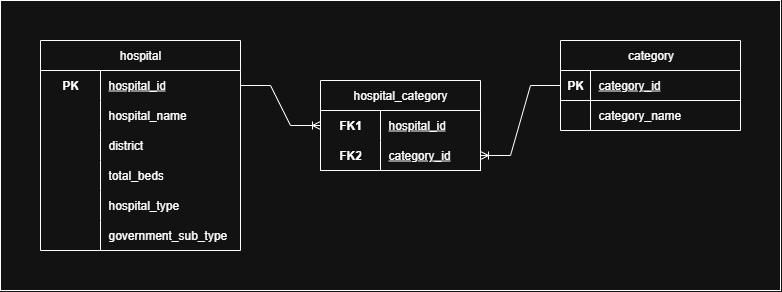
This is docs/images/database-schema-diagram.png from nikhil-dhumal/EquiHealth, a draw.io export, as it was before one commit. Source tidied: cells renumbered, new cells last; positions are measured from the earlier drawing's top-left corner, leaving out a move shared by most shapes. Source of this version:
```xml
<mxGraphModel>
  <root>
    <mxCell id="0" />
    <mxCell id="1" parent="0" />
    <mxCell id="2" style="rounded=0;whiteSpace=wrap;html=1;fillColor=default;" parent="1" vertex="1">
      <mxGeometry width="780" height="290" as="geometry" />
    </mxCell>
    <mxCell id="3" value="&lt;span style=&quot;font-weight: 400; text-wrap-mode: nowrap;&quot;&gt;hospital&lt;/span&gt;" style="shape=table;startSize=30;rowLines=0;fontStyle=1;align=center;html=1;whiteSpace=wrap;" parent="1" vertex="1">
      <mxGeometry x="40" y="40" width="200" height="210" as="geometry" />
    </mxCell>
    <mxCell id="4" style="shape=tableRow;horizontal=0;startSize=0;swimlaneHead=0;swimlaneBody=0;fillColor=none;points=[[0,0.5],[1,0.5]];portConstraint=eastwest;top=0;left=0;right=0;bottom=0;html=1;" parent="3" vertex="1">
      <mxGeometry y="30" width="200" height="30" as="geometry" />
    </mxCell>
    <mxCell id="5" value="PK" style="shape=partialRectangle;fillColor=none;top=0;left=0;bottom=0;right=0;fontStyle=1;overflow=hidden;html=1;whiteSpace=wrap;" parent="4" vertex="1">
      <mxGeometry width="60" height="30" as="geometry" />
    </mxCell>
    <mxCell id="6" value="&lt;span style=&quot;font-weight: 400;&quot;&gt;hospital_id&lt;/span&gt;" style="shape=partialRectangle;fillColor=none;top=0;left=0;bottom=0;right=0;align=left;spacingLeft=6;fontStyle=5;overflow=hidden;html=1;whiteSpace=wrap;" parent="4" vertex="1">
      <mxGeometry x="60" width="140" height="30" as="geometry" />
    </mxCell>
    <mxCell id="7" style="shape=tableRow;horizontal=0;startSize=0;swimlaneHead=0;swimlaneBody=0;fillColor=none;top=0;left=0;right=0;bottom=0;html=1;" parent="3" vertex="1">
      <mxGeometry y="60" width="200" height="30" as="geometry" />
    </mxCell>
    <mxCell id="8" style="shape=partialRectangle;fillColor=none;top=0;left=0;bottom=0;right=0;overflow=hidden;html=1;whiteSpace=wrap;" parent="7" vertex="1">
      <mxGeometry width="60" height="30" as="geometry" />
    </mxCell>
    <mxCell id="9" value="hospital_name" style="shape=partialRectangle;fillColor=none;top=0;left=0;bottom=0;right=0;align=left;spacingLeft=6;overflow=hidden;html=1;whiteSpace=wrap;" parent="7" vertex="1">
      <mxGeometry x="60" width="140" height="30" as="geometry" />
    </mxCell>
    <mxCell id="10" style="shape=tableRow;horizontal=0;startSize=0;swimlaneHead=0;swimlaneBody=0;fillColor=none;top=0;left=0;right=0;bottom=0;html=1;" parent="3" vertex="1">
      <mxGeometry y="90" width="200" height="30" as="geometry" />
    </mxCell>
    <mxCell id="11" style="shape=partialRectangle;fillColor=none;top=0;left=0;bottom=0;right=0;overflow=hidden;html=1;whiteSpace=wrap;" parent="10" vertex="1">
      <mxGeometry width="60" height="30" as="geometry" />
    </mxCell>
    <mxCell id="12" value="district" style="shape=partialRectangle;fillColor=none;top=0;left=0;bottom=0;right=0;align=left;spacingLeft=6;overflow=hidden;html=1;whiteSpace=wrap;" parent="10" vertex="1">
      <mxGeometry x="60" width="140" height="30" as="geometry" />
    </mxCell>
    <mxCell id="13" style="shape=tableRow;horizontal=0;startSize=0;swimlaneHead=0;swimlaneBody=0;fillColor=none;top=0;left=0;right=0;bottom=0;html=1;" parent="3" vertex="1">
      <mxGeometry y="120" width="200" height="30" as="geometry" />
    </mxCell>
    <mxCell id="14" style="shape=partialRectangle;fillColor=none;top=0;left=0;bottom=0;right=0;overflow=hidden;html=1;whiteSpace=wrap;" parent="13" vertex="1">
      <mxGeometry width="60" height="30" as="geometry" />
    </mxCell>
    <mxCell id="15" value="total_beds" style="shape=partialRectangle;fillColor=none;top=0;left=0;bottom=0;right=0;align=left;spacingLeft=6;overflow=hidden;html=1;whiteSpace=wrap;" parent="13" vertex="1">
      <mxGeometry x="60" width="140" height="30" as="geometry" />
    </mxCell>
    <mxCell id="16" style="shape=tableRow;horizontal=0;startSize=0;swimlaneHead=0;swimlaneBody=0;fillColor=none;top=0;left=0;right=0;bottom=0;html=1;" parent="3" vertex="1">
      <mxGeometry y="150" width="200" height="30" as="geometry" />
    </mxCell>
    <mxCell id="17" style="shape=partialRectangle;fillColor=none;top=0;left=0;bottom=0;right=0;overflow=hidden;html=1;whiteSpace=wrap;" parent="16" vertex="1">
      <mxGeometry width="60" height="30" as="geometry" />
    </mxCell>
    <mxCell id="18" value="hospital_type" style="shape=partialRectangle;fillColor=none;top=0;left=0;bottom=0;right=0;align=left;spacingLeft=6;overflow=hidden;html=1;whiteSpace=wrap;" parent="16" vertex="1">
      <mxGeometry x="60" width="140" height="30" as="geometry" />
    </mxCell>
    <mxCell id="19" style="shape=tableRow;horizontal=0;startSize=0;swimlaneHead=0;swimlaneBody=0;fillColor=none;top=0;left=0;right=0;bottom=0;html=1;" parent="3" vertex="1">
      <mxGeometry y="180" width="200" height="30" as="geometry" />
    </mxCell>
    <mxCell id="20" style="shape=partialRectangle;fillColor=none;top=0;left=0;bottom=0;right=0;overflow=hidden;html=1;whiteSpace=wrap;" parent="19" vertex="1">
      <mxGeometry width="60" height="30" as="geometry" />
    </mxCell>
    <mxCell id="21" value="government_sub_type" style="shape=partialRectangle;fillColor=none;top=0;left=0;bottom=0;right=0;align=left;spacingLeft=6;overflow=hidden;html=1;whiteSpace=wrap;" parent="19" vertex="1">
      <mxGeometry x="60" width="140" height="30" as="geometry" />
    </mxCell>
    <mxCell id="22" value="&lt;span style=&quot;font-weight: 400;&quot;&gt;category&lt;/span&gt;" style="shape=table;startSize=30;rowLines=0;fontStyle=1;align=center;html=1;" parent="1" vertex="1">
      <mxGeometry x="560" y="40" width="180" height="90" as="geometry" />
    </mxCell>
    <mxCell id="23" style="shape=tableRow;horizontal=0;startSize=0;swimlaneHead=0;swimlaneBody=0;fillColor=none;points=[[0,0.5],[1,0.5]];portConstraint=eastwest;top=0;left=0;right=0;bottom=1;" parent="22" vertex="1">
      <mxGeometry y="30" width="180" height="30" as="geometry" />
    </mxCell>
    <mxCell id="24" value="PK" style="shape=partialRectangle;fillColor=none;top=0;left=0;bottom=0;right=0;fontStyle=1;overflow=hidden;whiteSpace=wrap;html=1;" parent="23" vertex="1">
      <mxGeometry width="30" height="30" as="geometry" />
    </mxCell>
    <mxCell id="25" value="&lt;span style=&quot;font-weight: 400;&quot;&gt;category_id&lt;/span&gt;" style="shape=partialRectangle;fillColor=none;top=0;left=0;bottom=0;right=0;align=left;spacingLeft=6;fontStyle=5;overflow=hidden;whiteSpace=wrap;html=1;" parent="23" vertex="1">
      <mxGeometry x="30" width="150" height="30" as="geometry" />
    </mxCell>
    <mxCell id="26" style="shape=tableRow;horizontal=0;startSize=0;swimlaneHead=0;swimlaneBody=0;fillColor=none;top=0;left=0;right=0;bottom=0;" parent="22" vertex="1">
      <mxGeometry y="60" width="180" height="30" as="geometry" />
    </mxCell>
    <mxCell id="27" style="shape=partialRectangle;fillColor=none;top=0;left=0;bottom=0;right=0;overflow=hidden;whiteSpace=wrap;html=1;" parent="26" vertex="1">
      <mxGeometry width="30" height="30" as="geometry" />
    </mxCell>
    <mxCell id="28" value="category_name" style="shape=partialRectangle;fillColor=none;top=0;left=0;bottom=0;right=0;align=left;spacingLeft=6;overflow=hidden;whiteSpace=wrap;html=1;" parent="26" vertex="1">
      <mxGeometry x="30" width="150" height="30" as="geometry" />
    </mxCell>
    <mxCell id="29" value="&lt;span style=&quot;font-weight: 400; text-wrap-mode: nowrap;&quot;&gt;hospital_category&lt;/span&gt;" style="shape=table;startSize=30;rowLines=0;fontStyle=1;align=center;html=1;whiteSpace=wrap;" parent="1" vertex="1">
      <mxGeometry x="320" y="80" width="160" height="90" as="geometry" />
    </mxCell>
    <mxCell id="30" style="shape=tableRow;horizontal=0;startSize=0;swimlaneHead=0;swimlaneBody=0;fillColor=none;points=[[0,0.5],[1,0.5]];portConstraint=eastwest;top=0;left=0;right=0;bottom=0;html=1;" parent="29" vertex="1">
      <mxGeometry y="30" width="160" height="30" as="geometry" />
    </mxCell>
    <mxCell id="31" value="FK1" style="shape=partialRectangle;fillColor=none;top=0;left=0;bottom=0;right=0;fontStyle=1;overflow=hidden;html=1;whiteSpace=wrap;" parent="30" vertex="1">
      <mxGeometry width="60" height="30" as="geometry" />
    </mxCell>
    <mxCell id="32" value="&lt;span style=&quot;font-weight: 400;&quot;&gt;hospital_id&lt;/span&gt;" style="shape=partialRectangle;fillColor=none;top=0;left=0;bottom=0;right=0;align=left;spacingLeft=6;fontStyle=5;overflow=hidden;html=1;whiteSpace=wrap;" parent="30" vertex="1">
      <mxGeometry x="60" width="100" height="30" as="geometry" />
    </mxCell>
    <mxCell id="33" style="shape=tableRow;horizontal=0;startSize=0;swimlaneHead=0;swimlaneBody=0;fillColor=none;points=[[0,0.5],[1,0.5]];portConstraint=eastwest;top=0;left=0;right=0;bottom=1;html=1;" parent="29" vertex="1">
      <mxGeometry y="60" width="160" height="30" as="geometry" />
    </mxCell>
    <mxCell id="34" value="FK2" style="shape=partialRectangle;fillColor=none;top=0;left=0;bottom=0;right=0;fontStyle=1;overflow=hidden;html=1;whiteSpace=wrap;" parent="33" vertex="1">
      <mxGeometry width="60" height="30" as="geometry" />
    </mxCell>
    <mxCell id="35" value="&lt;span style=&quot;font-weight: 400;&quot;&gt;category_id&lt;/span&gt;" style="shape=partialRectangle;fillColor=none;top=0;left=0;bottom=0;right=0;align=left;spacingLeft=6;fontStyle=5;overflow=hidden;html=1;whiteSpace=wrap;" parent="33" vertex="1">
      <mxGeometry x="60" width="100" height="30" as="geometry" />
    </mxCell>
    <mxCell id="36" style="edgeStyle=entityRelationEdgeStyle;fontSize=12;html=1;endArrow=ERoneToMany;rounded=0;exitX=1;exitY=0.5;exitDx=0;exitDy=0;entryX=0;entryY=0.5;entryDx=0;entryDy=0;" parent="1" edge="1" source="4" target="30">
      <mxGeometry relative="1" as="geometry" />
    </mxCell>
    <mxCell id="37" style="edgeStyle=entityRelationEdgeStyle;fontSize=12;html=1;endArrow=ERoneToMany;rounded=0;exitX=0;exitY=0.5;exitDx=0;exitDy=0;entryX=1;entryY=0.5;entryDx=0;entryDy=0;" parent="1" edge="1" source="23" target="33">
      <mxGeometry relative="1" as="geometry" />
    </mxCell>
  </root>
</mxGraphModel>
```
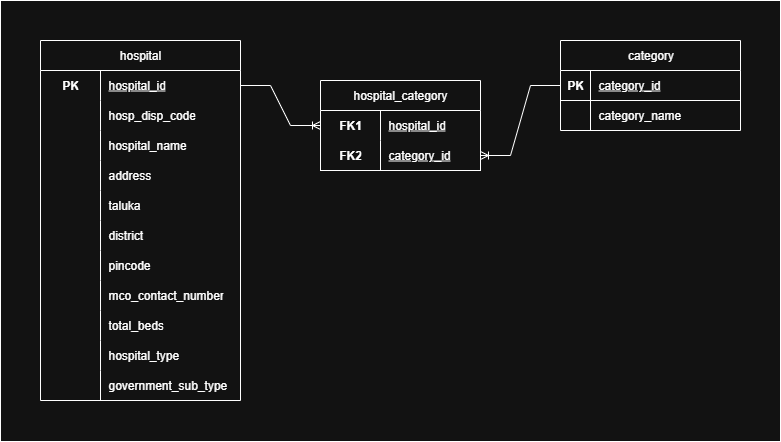
After the commit.

Commit message:
Update Hospital table columns in database schema

Change to the diagram source:
```diff
@@ -3,10 +3,10 @@
     <mxCell id="0" />
     <mxCell id="1" parent="0" />
     <mxCell id="2" style="rounded=0;whiteSpace=wrap;html=1;fillColor=default;" parent="1" vertex="1">
-      <mxGeometry width="780" height="290" as="geometry" />
+      <mxGeometry width="780" height="441" as="geometry" />
     </mxCell>
     <mxCell id="3" value="&lt;span style=&quot;font-weight: 400; text-wrap-mode: nowrap;&quot;&gt;hospital&lt;/span&gt;" style="shape=table;startSize=30;rowLines=0;fontStyle=1;align=center;html=1;whiteSpace=wrap;" parent="1" vertex="1">
-      <mxGeometry x="40" y="40" width="200" height="210" as="geometry" />
+      <mxGeometry x="40" y="40" width="200" height="360" as="geometry" />
     </mxCell>
     <mxCell id="4" style="shape=tableRow;horizontal=0;startSize=0;swimlaneHead=0;swimlaneBody=0;fillColor=none;points=[[0,0.5],[1,0.5]];portConstraint=eastwest;top=0;left=0;right=0;bottom=0;html=1;" parent="3" vertex="1">
       <mxGeometry y="30" width="200" height="30" as="geometry" />
@@ -23,7 +23,7 @@
     <mxCell id="8" style="shape=partialRectangle;fillColor=none;top=0;left=0;bottom=0;right=0;overflow=hidden;html=1;whiteSpace=wrap;" parent="7" vertex="1">
       <mxGeometry width="60" height="30" as="geometry" />
     </mxCell>
-    <mxCell id="9" value="hospital_name" style="shape=partialRectangle;fillColor=none;top=0;left=0;bottom=0;right=0;align=left;spacingLeft=6;overflow=hidden;html=1;whiteSpace=wrap;" parent="7" vertex="1">
+    <mxCell id="9" value="hosp_disp_code" style="shape=partialRectangle;fillColor=none;top=0;left=0;bottom=0;right=0;align=left;spacingLeft=6;overflow=hidden;html=1;whiteSpace=wrap;" parent="7" vertex="1">
       <mxGeometry x="60" width="140" height="30" as="geometry" />
     </mxCell>
     <mxCell id="10" style="shape=tableRow;horizontal=0;startSize=0;swimlaneHead=0;swimlaneBody=0;fillColor=none;top=0;left=0;right=0;bottom=0;html=1;" parent="3" vertex="1">
@@ -32,7 +32,7 @@
     <mxCell id="11" style="shape=partialRectangle;fillColor=none;top=0;left=0;bottom=0;right=0;overflow=hidden;html=1;whiteSpace=wrap;" parent="10" vertex="1">
       <mxGeometry width="60" height="30" as="geometry" />
     </mxCell>
-    <mxCell id="12" value="district" style="shape=partialRectangle;fillColor=none;top=0;left=0;bottom=0;right=0;align=left;spacingLeft=6;overflow=hidden;html=1;whiteSpace=wrap;" parent="10" vertex="1">
+    <mxCell id="12" value="hospital_name" style="shape=partialRectangle;fillColor=none;top=0;left=0;bottom=0;right=0;align=left;spacingLeft=6;overflow=hidden;html=1;whiteSpace=wrap;" parent="10" vertex="1">
       <mxGeometry x="60" width="140" height="30" as="geometry" />
     </mxCell>
     <mxCell id="13" style="shape=tableRow;horizontal=0;startSize=0;swimlaneHead=0;swimlaneBody=0;fillColor=none;top=0;left=0;right=0;bottom=0;html=1;" parent="3" vertex="1">
@@ -41,7 +41,7 @@
     <mxCell id="14" style="shape=partialRectangle;fillColor=none;top=0;left=0;bottom=0;right=0;overflow=hidden;html=1;whiteSpace=wrap;" parent="13" vertex="1">
       <mxGeometry width="60" height="30" as="geometry" />
     </mxCell>
-    <mxCell id="15" value="total_beds" style="shape=partialRectangle;fillColor=none;top=0;left=0;bottom=0;right=0;align=left;spacingLeft=6;overflow=hidden;html=1;whiteSpace=wrap;" parent="13" vertex="1">
+    <mxCell id="15" value="address" style="shape=partialRectangle;fillColor=none;top=0;left=0;bottom=0;right=0;align=left;spacingLeft=6;overflow=hidden;html=1;whiteSpace=wrap;" parent="13" vertex="1">
       <mxGeometry x="60" width="140" height="30" as="geometry" />
     </mxCell>
     <mxCell id="16" style="shape=tableRow;horizontal=0;startSize=0;swimlaneHead=0;swimlaneBody=0;fillColor=none;top=0;left=0;right=0;bottom=0;html=1;" parent="3" vertex="1">
@@ -50,7 +50,7 @@
     <mxCell id="17" style="shape=partialRectangle;fillColor=none;top=0;left=0;bottom=0;right=0;overflow=hidden;html=1;whiteSpace=wrap;" parent="16" vertex="1">
       <mxGeometry width="60" height="30" as="geometry" />
     </mxCell>
-    <mxCell id="18" value="hospital_type" style="shape=partialRectangle;fillColor=none;top=0;left=0;bottom=0;right=0;align=left;spacingLeft=6;overflow=hidden;html=1;whiteSpace=wrap;" parent="16" vertex="1">
+    <mxCell id="18" value="taluka" style="shape=partialRectangle;fillColor=none;top=0;left=0;bottom=0;right=0;align=left;spacingLeft=6;overflow=hidden;html=1;whiteSpace=wrap;" parent="16" vertex="1">
       <mxGeometry x="60" width="140" height="30" as="geometry" />
     </mxCell>
     <mxCell id="19" style="shape=tableRow;horizontal=0;startSize=0;swimlaneHead=0;swimlaneBody=0;fillColor=none;top=0;left=0;right=0;bottom=0;html=1;" parent="3" vertex="1">
@@ -59,9 +59,54 @@
     <mxCell id="20" style="shape=partialRectangle;fillColor=none;top=0;left=0;bottom=0;right=0;overflow=hidden;html=1;whiteSpace=wrap;" parent="19" vertex="1">
       <mxGeometry width="60" height="30" as="geometry" />
     </mxCell>
-    <mxCell id="21" value="government_sub_type" style="shape=partialRectangle;fillColor=none;top=0;left=0;bottom=0;right=0;align=left;spacingLeft=6;overflow=hidden;html=1;whiteSpace=wrap;" parent="19" vertex="1">
+    <mxCell id="21" value="district" style="shape=partialRectangle;fillColor=none;top=0;left=0;bottom=0;right=0;align=left;spacingLeft=6;overflow=hidden;html=1;whiteSpace=wrap;" parent="19" vertex="1">
       <mxGeometry x="60" width="140" height="30" as="geometry" />
     </mxCell>
+    <mxCell id="38" style="shape=tableRow;horizontal=0;startSize=0;swimlaneHead=0;swimlaneBody=0;fillColor=none;top=0;left=0;right=0;bottom=0;html=1;" parent="3" vertex="1">
+      <mxGeometry y="210" width="200" height="30" as="geometry" />
+    </mxCell>
+    <mxCell id="39" style="shape=partialRectangle;fillColor=none;top=0;left=0;bottom=0;right=0;overflow=hidden;html=1;whiteSpace=wrap;" parent="38" vertex="1">
+      <mxGeometry width="60" height="30" as="geometry" />
+    </mxCell>
+    <mxCell id="40" value="pincode" style="shape=partialRectangle;fillColor=none;top=0;left=0;bottom=0;right=0;align=left;spacingLeft=6;overflow=hidden;html=1;whiteSpace=wrap;" parent="38" vertex="1">
+      <mxGeometry x="60" width="140" height="30" as="geometry" />
+    </mxCell>
+    <mxCell id="41" style="shape=tableRow;horizontal=0;startSize=0;swimlaneHead=0;swimlaneBody=0;fillColor=none;top=0;left=0;right=0;bottom=0;html=1;" parent="3" vertex="1">
+      <mxGeometry y="240" width="200" height="30" as="geometry" />
+    </mxCell>
+    <mxCell id="42" style="shape=partialRectangle;fillColor=none;top=0;left=0;bottom=0;right=0;overflow=hidden;html=1;whiteSpace=wrap;" parent="41" vertex="1">
+      <mxGeometry width="60" height="30" as="geometry" />
+    </mxCell>
+    <mxCell id="43" value="mco_contact_number" style="shape=partialRectangle;fillColor=none;top=0;left=0;bottom=0;right=0;align=left;spacingLeft=6;overflow=hidden;html=1;whiteSpace=wrap;" parent="41" vertex="1">
+      <mxGeometry x="60" width="140" height="30" as="geometry" />
+    </mxCell>
+    <mxCell id="44" style="shape=tableRow;horizontal=0;startSize=0;swimlaneHead=0;swimlaneBody=0;fillColor=none;top=0;left=0;right=0;bottom=0;html=1;" parent="3" vertex="1">
+      <mxGeometry y="270" width="200" height="30" as="geometry" />
+    </mxCell>
+    <mxCell id="45" style="shape=partialRectangle;fillColor=none;top=0;left=0;bottom=0;right=0;overflow=hidden;html=1;whiteSpace=wrap;" parent="44" vertex="1">
+      <mxGeometry width="60" height="30" as="geometry" />
+    </mxCell>
+    <mxCell id="46" value="total_beds" style="shape=partialRectangle;fillColor=none;top=0;left=0;bottom=0;right=0;align=left;spacingLeft=6;overflow=hidden;html=1;whiteSpace=wrap;" parent="44" vertex="1">
+      <mxGeometry x="60" width="140" height="30" as="geometry" />
+    </mxCell>
+    <mxCell id="47" style="shape=tableRow;horizontal=0;startSize=0;swimlaneHead=0;swimlaneBody=0;fillColor=none;top=0;left=0;right=0;bottom=0;html=1;" parent="3" vertex="1">
+      <mxGeometry y="300" width="200" height="30" as="geometry" />
+    </mxCell>
+    <mxCell id="48" style="shape=partialRectangle;fillColor=none;top=0;left=0;bottom=0;right=0;overflow=hidden;html=1;whiteSpace=wrap;" parent="47" vertex="1">
+      <mxGeometry width="60" height="30" as="geometry" />
+    </mxCell>
+    <mxCell id="49" value="hospital_type" style="shape=partialRectangle;fillColor=none;top=0;left=0;bottom=0;right=0;align=left;spacingLeft=6;overflow=hidden;html=1;whiteSpace=wrap;" parent="47" vertex="1">
+      <mxGeometry x="60" width="140" height="30" as="geometry" />
+    </mxCell>
+    <mxCell id="50" style="shape=tableRow;horizontal=0;startSize=0;swimlaneHead=0;swimlaneBody=0;fillColor=none;top=0;left=0;right=0;bottom=0;html=1;" parent="3" vertex="1">
+      <mxGeometry y="330" width="200" height="30" as="geometry" />
+    </mxCell>
+    <mxCell id="51" style="shape=partialRectangle;fillColor=none;top=0;left=0;bottom=0;right=0;overflow=hidden;html=1;whiteSpace=wrap;" parent="50" vertex="1">
+      <mxGeometry width="60" height="30" as="geometry" />
+    </mxCell>
+    <mxCell id="52" value="government_sub_type" style="shape=partialRectangle;fillColor=none;top=0;left=0;bottom=0;right=0;align=left;spacingLeft=6;overflow=hidden;html=1;whiteSpace=wrap;" parent="50" vertex="1">
+      <mxGeometry x="60" width="140" height="30" as="geometry" />
+    </mxCell>
     <mxCell id="22" value="&lt;span style=&quot;font-weight: 400;&quot;&gt;category&lt;/span&gt;" style="shape=table;startSize=30;rowLines=0;fontStyle=1;align=center;html=1;" parent="1" vertex="1">
       <mxGeometry x="560" y="40" width="180" height="90" as="geometry" />
     </mxCell>
```
